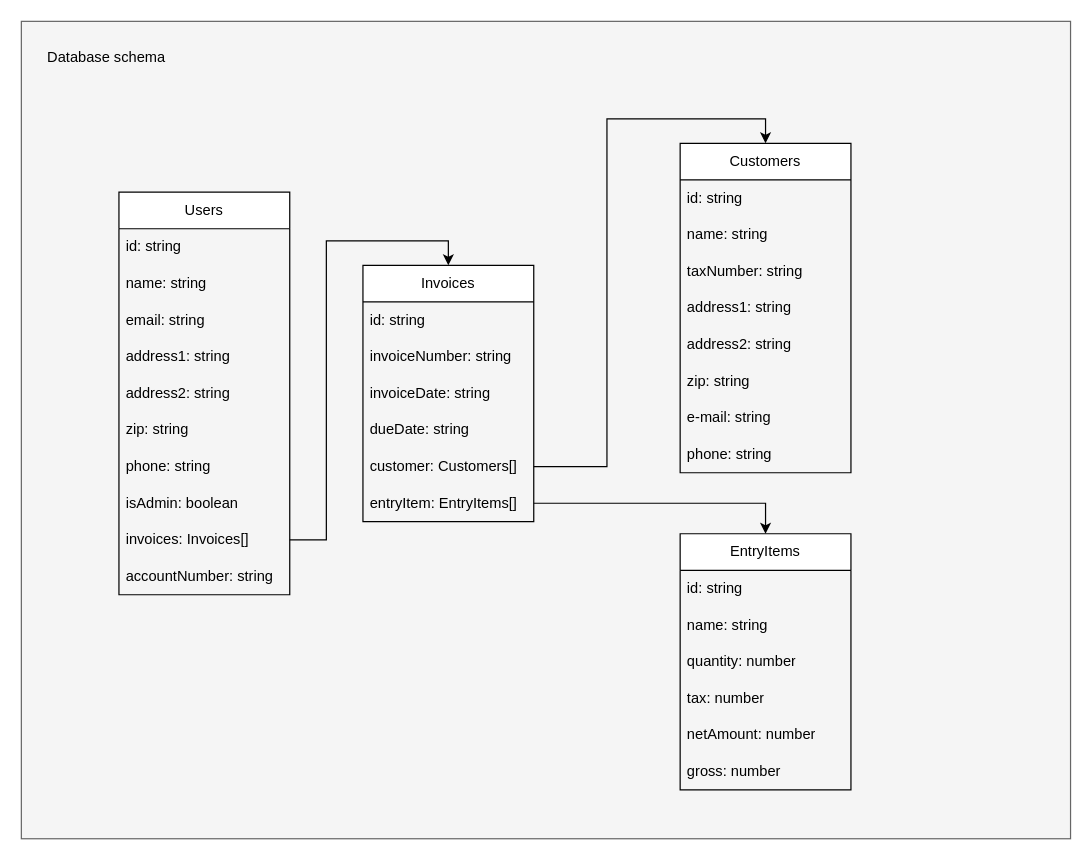
Earlier version of the draw.io diagram Efaktury24.drawio (terabajt/invoices2). Source tidied: cells renumbered, new cells numbered last; positions are measured from the earlier drawing's top-left corner, leaving out a move shared by most shapes. Both pictures are drawn from the tidied source at 122%, with x=0, y=0 at pixel (21, 21).
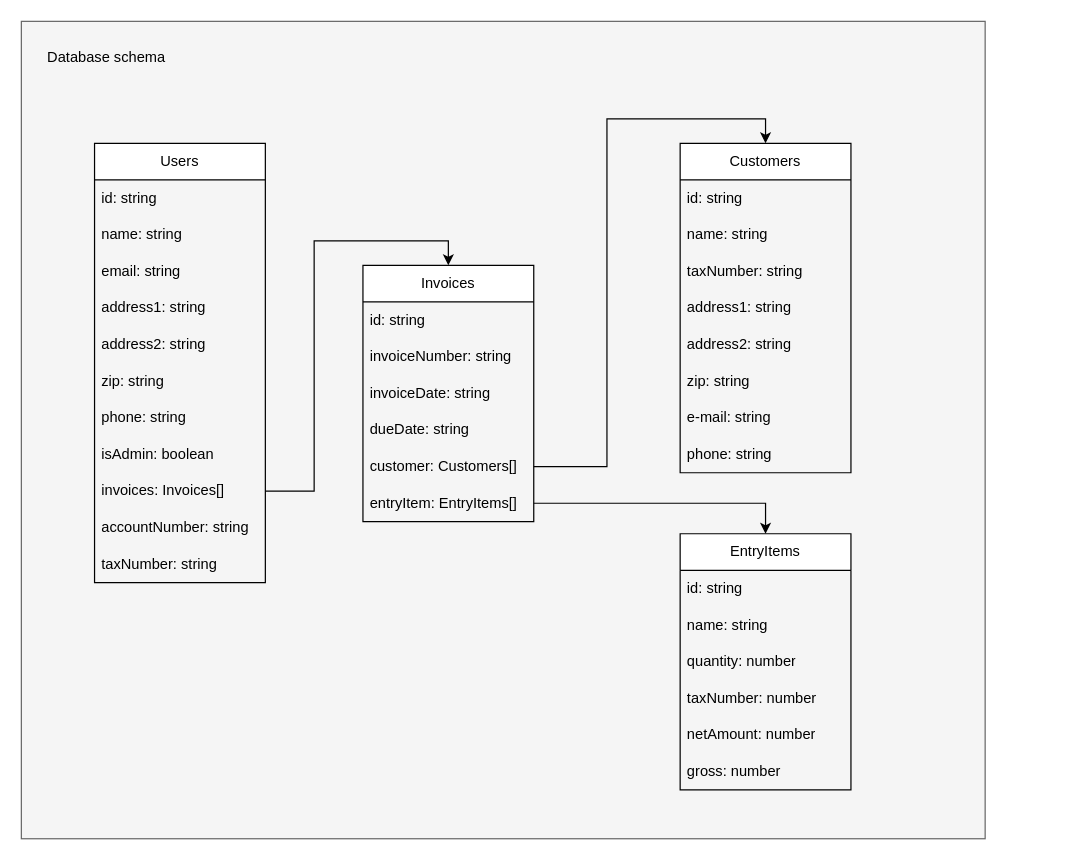
The same page after the edit.

The change refers to these unchanged cells:
```xml
<mxCell id="32" value="EntryItems" style="swimlane;fontStyle=0;horizontal=1;startSize=30;whiteSpace=wrap;html=1;" parent="1" vertex="1">
  <mxGeometry x="540" y="420" width="140" height="210" as="geometry" />
</mxCell>
```

The edit, as a diff of the source:
```diff
@@
     <mxCell id="2" style="rounded=0;whiteSpace=wrap;html=1;fillColor=#f5f5f5;strokeColor=#666666;fontColor=#333333;" parent="1" vertex="1">
-      <mxGeometry width="860" height="670" as="geometry" />
+      <mxGeometry width="790" height="670" as="geometry" />
     </mxCell>
@@
     <mxCell id="19" value="Users" style="swimlane;fontStyle=0;horizontal=1;startSize=30;whiteSpace=wrap;html=1;" parent="1" vertex="1">
-      <mxGeometry x="80" y="140" width="140" height="330" as="geometry" />
+      <mxGeometry x="60" y="100" width="140" height="360" as="geometry" />
     </mxCell>
@@
+    <mxCell id="41" value="taxNumber: string" style="text;strokeColor=none;fillColor=none;align=left;verticalAlign=middle;spacingLeft=4;spacingRight=4;overflow=hidden;whiteSpace=wrap;html=1;" parent="19" vertex="1">
+      <mxGeometry y="330" width="140" height="30" as="geometry" />
+    </mxCell>
@@
-    <mxCell id="36" value="tax: number" style="text;strokeColor=none;fillColor=none;align=left;verticalAlign=middle;spacingLeft=4;spacingRight=4;overflow=hidden;whiteSpace=wrap;html=1;" parent="32" vertex="1">
+    <mxCell id="36" value="taxNumber: number" style="text;strokeColor=none;fillColor=none;align=left;verticalAlign=middle;spacingLeft=4;spacingRight=4;overflow=hidden;whiteSpace=wrap;html=1;" parent="32" vertex="1">
       <mxGeometry y="120" width="140" height="30" as="geometry" />
     </mxCell>
```
